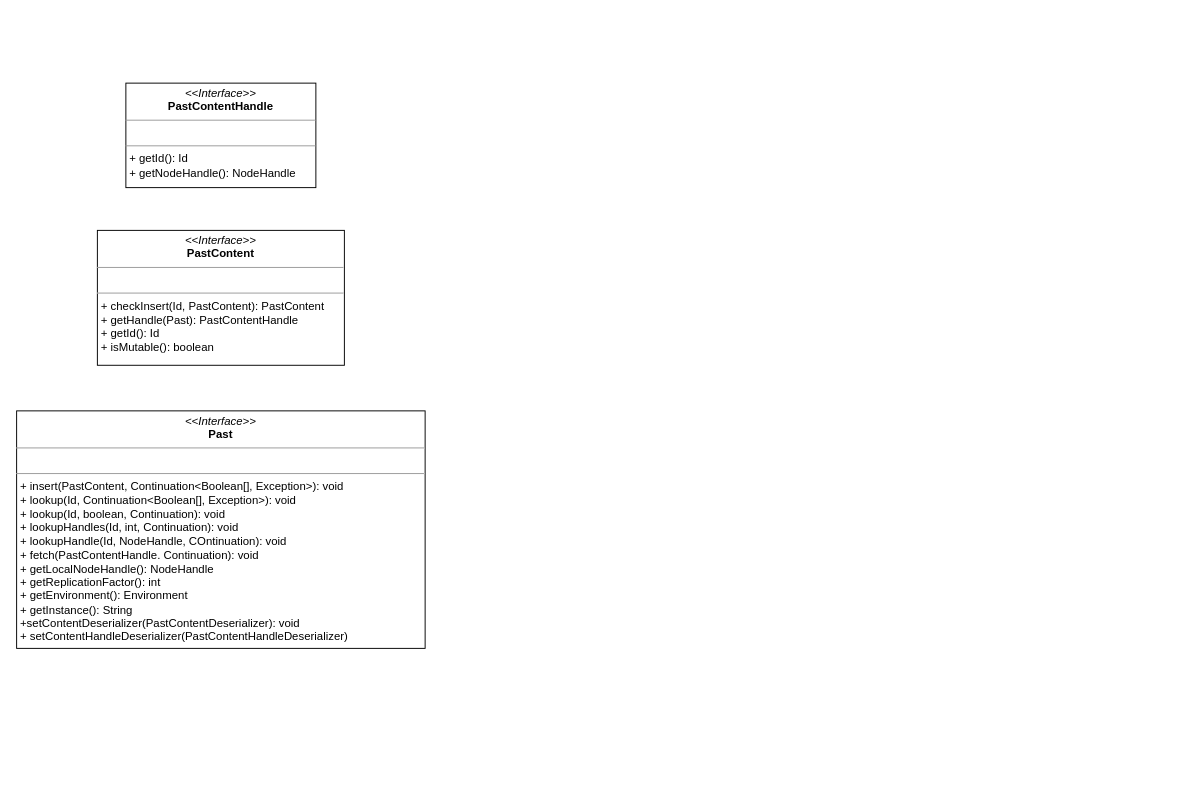
OneOverThree/PastryTest keeps this draw.io diagram as PastryPast.drawio. Above is the earlier version. Source tidied: cells renumbered, new cells numbered last; positions are measured from the earlier drawing's top-left corner, leaving out a move shared by most shapes. Both pictures are drawn from the tidied source at 95%, with x=0, y=0 at pixel (16, 83).
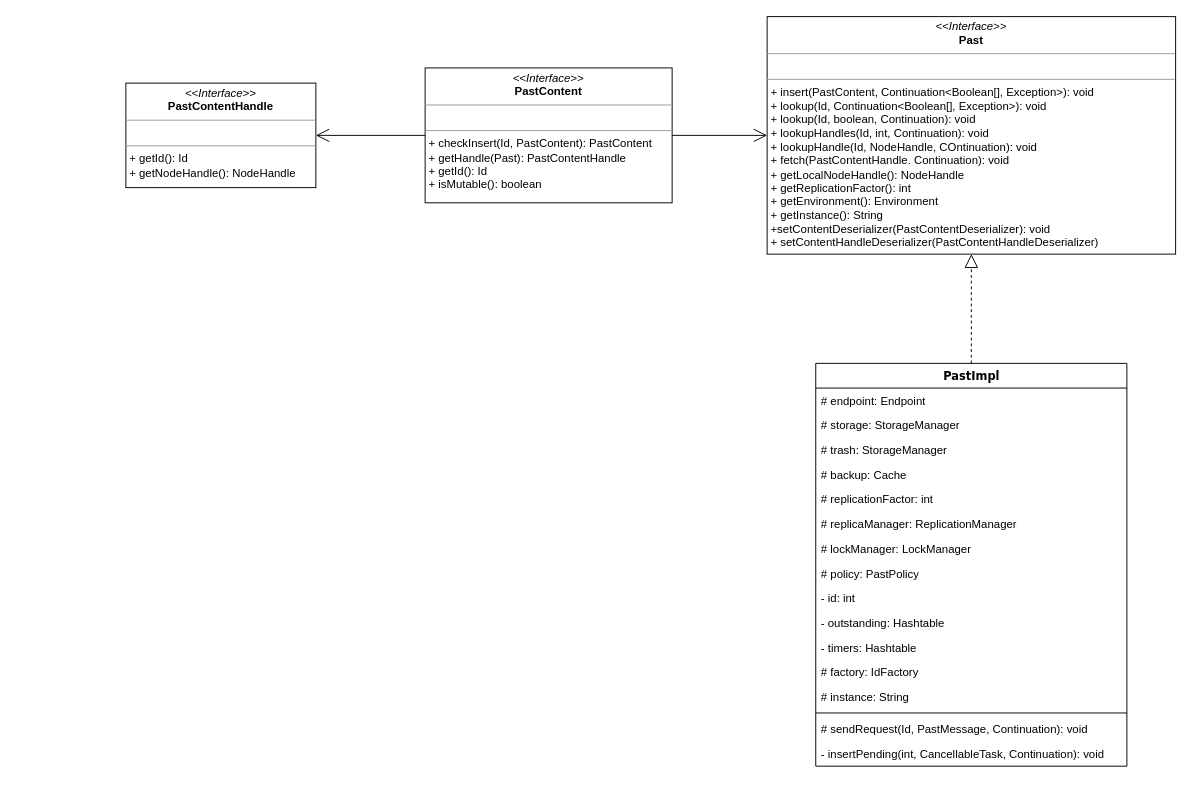
The same page after the edit.

The change refers to these unchanged cells:
```xml
<mxCell id="3" value="&lt;p style=&quot;margin:0px;margin-top:4px;text-align:center;&quot;&gt;&lt;i&gt;&amp;lt;&amp;lt;Interface&amp;gt;&amp;gt;&lt;/i&gt;&lt;br&gt;&lt;b&gt;PastContentHandle&lt;/b&gt;&lt;/p&gt;&lt;hr size=&quot;1&quot;&gt;&lt;p style=&quot;margin:0px;margin-left:4px;&quot;&gt;&lt;br&gt;&lt;/p&gt;&lt;hr size=&quot;1&quot;&gt;&lt;p style=&quot;margin:0px;margin-left:4px;&quot;&gt;&lt;span style=&quot;background-color: initial;&quot;&gt;+ getId(): Id&lt;/span&gt;&lt;br&gt;&lt;/p&gt;&lt;p style=&quot;margin:0px;margin-left:4px;&quot;&gt;+ getNodeHandle(): NodeHandle&lt;/p&gt;" style="verticalAlign=top;align=left;overflow=fill;fontSize=12;fontFamily=Helvetica;html=1;rounded=0;shadow=0;comic=0;labelBackgroundColor=none;strokeWidth=1;" parent="1" vertex="1">
  <mxGeometry x="115" width="200" height="110" as="geometry" />
</mxCell>
```

What changed in the source:
```diff
@@
     <mxCell id="2" value="&lt;p style=&quot;margin:0px;margin-top:4px;text-align:center;&quot;&gt;&lt;i&gt;&amp;lt;&amp;lt;Interface&amp;gt;&amp;gt;&lt;/i&gt;&lt;br&gt;&lt;b&gt;PastContent&lt;/b&gt;&lt;/p&gt;&lt;hr size=&quot;1&quot;&gt;&lt;p style=&quot;margin:0px;margin-left:4px;&quot;&gt;&lt;br&gt;&lt;/p&gt;&lt;hr size=&quot;1&quot;&gt;&lt;p style=&quot;margin:0px;margin-left:4px;&quot;&gt;+ checkInsert(Id, PastContent): PastContent&lt;/p&gt;&lt;p style=&quot;margin:0px;margin-left:4px;&quot;&gt;+ getHandle(Past): PastContentHandle&lt;br&gt;&lt;/p&gt;&lt;p style=&quot;margin:0px;margin-left:4px;&quot;&gt;+ getId(): Id&lt;/p&gt;&lt;p style=&quot;margin:0px;margin-left:4px;&quot;&gt;+ isMutable(): boolean&lt;/p&gt;" style="verticalAlign=top;align=left;overflow=fill;fontSize=12;fontFamily=Helvetica;html=1;rounded=0;shadow=0;comic=0;labelBackgroundColor=none;strokeWidth=1;" parent="1" vertex="1">
-      <mxGeometry x="85" y="155" width="260" height="142" as="geometry" />
+      <mxGeometry x="430" y="-16" width="260" height="142" as="geometry" />
     </mxCell>
@@
     <mxCell id="4" value="&lt;p style=&quot;margin:0px;margin-top:4px;text-align:center;&quot;&gt;&lt;i&gt;&amp;lt;&amp;lt;Interface&amp;gt;&amp;gt;&lt;/i&gt;&lt;br&gt;&lt;b&gt;Past&lt;/b&gt;&lt;/p&gt;&lt;hr size=&quot;1&quot;&gt;&lt;p style=&quot;margin:0px;margin-left:4px;&quot;&gt;&lt;br&gt;&lt;/p&gt;&lt;hr size=&quot;1&quot;&gt;&lt;p style=&quot;margin:0px;margin-left:4px;&quot;&gt;+ insert(PastContent, Continuation&amp;lt;Boolean[], Exception&amp;gt;): void&lt;/p&gt;&lt;p style=&quot;margin:0px;margin-left:4px;&quot;&gt;+ lookup(Id, Continuation&amp;lt;Boolean[], Exception&amp;gt;): void&lt;/p&gt;&lt;p style=&quot;margin:0px;margin-left:4px;&quot;&gt;+ lookup(Id, boolean, Continuation): void&lt;/p&gt;&lt;p style=&quot;margin:0px;margin-left:4px;&quot;&gt;+ lookupHandles(Id, int, Continuation): void&lt;/p&gt;&lt;p style=&quot;margin:0px;margin-left:4px;&quot;&gt;+ lookupHandle(Id, NodeHandle, COntinuation): void&lt;/p&gt;&lt;p style=&quot;margin:0px;margin-left:4px;&quot;&gt;+ fetch(PastContentHandle. Continuation): void&lt;/p&gt;&lt;p style=&quot;margin:0px;margin-left:4px;&quot;&gt;+ getLocalNodeHandle(): NodeHandle&lt;/p&gt;&lt;p style=&quot;margin:0px;margin-left:4px;&quot;&gt;+ getReplicationFactor(): int&lt;/p&gt;&lt;p style=&quot;margin:0px;margin-left:4px;&quot;&gt;+ getEnvironment(): Environment&lt;/p&gt;&lt;p style=&quot;margin:0px;margin-left:4px;&quot;&gt;+ getInstance(): String&lt;/p&gt;&lt;p style=&quot;margin:0px;margin-left:4px;&quot;&gt;+setContentDeserializer(PastContentDeserializer): void&lt;/p&gt;&lt;p style=&quot;margin:0px;margin-left:4px;&quot;&gt;+ setContentHandleDeserializer(PastContentHandleDeserializer)&lt;/p&gt;" style="verticalAlign=top;align=left;overflow=fill;fontSize=12;fontFamily=Helvetica;html=1;rounded=0;shadow=0;comic=0;labelBackgroundColor=none;strokeWidth=1;" parent="1" vertex="1">
-      <mxGeometry y="345" width="430" height="250" as="geometry" />
+      <mxGeometry x="790" y="-70" width="430" height="250" as="geometry" />
     </mxCell>
+    <mxCell id="5" style="endArrow=open;endFill=1;endSize=12;html=1;rounded=0;" parent="1" edge="1" source="2" target="4">
+      <mxGeometry relative="1" as="geometry" />
+    </mxCell>
+    <mxCell id="6" style="endArrow=open;endFill=1;endSize=12;html=1;rounded=0;" parent="1" edge="1" source="2" target="3">
+      <mxGeometry relative="1" as="geometry" />
+    </mxCell>
+    <mxCell id="7" value="PastImpl" style="swimlane;html=1;fontStyle=1;align=center;verticalAlign=top;horizontal=1;startSize=26;swimlaneFillColor=#ffffff;rounded=0;shadow=0;comic=0;labelBackgroundColor=none;strokeWidth=1;fillColor=none;fontFamily=Verdana;fontSize=12;" parent="1" vertex="1">
+      <mxGeometry x="841.2" y="295" width="327.5" height="424" as="geometry" />
+    </mxCell>
+    <mxCell id="8" value="# endpoint: Endpoint" style="text;html=1;strokeColor=none;fillColor=none;align=left;verticalAlign=top;spacingLeft=4;spacingRight=4;whiteSpace=wrap;overflow=hidden;" parent="7" vertex="1">
+      <mxGeometry y="26" width="327.5" height="26" as="geometry" />
+    </mxCell>
+    <mxCell id="9" value="# storage: StorageManager" style="text;html=1;strokeColor=none;fillColor=none;align=left;verticalAlign=top;spacingLeft=4;spacingRight=4;whiteSpace=wrap;overflow=hidden;" parent="7" vertex="1">
+      <mxGeometry y="52" width="327.5" height="26" as="geometry" />
+    </mxCell>
+    <mxCell id="10" value="# trash: StorageManager" style="text;html=1;strokeColor=none;fillColor=none;align=left;verticalAlign=top;spacingLeft=4;spacingRight=4;whiteSpace=wrap;overflow=hidden;" parent="7" vertex="1">
+      <mxGeometry y="78" width="327.5" height="26" as="geometry" />
+    </mxCell>
+    <mxCell id="11" value="# backup: Cache" style="text;html=1;strokeColor=none;fillColor=none;align=left;verticalAlign=top;spacingLeft=4;spacingRight=4;whiteSpace=wrap;overflow=hidden;" parent="7" vertex="1">
+      <mxGeometry y="104" width="327.5" height="26" as="geometry" />
+    </mxCell>
+    <mxCell id="12" value="# replicationFactor: int" style="text;html=1;strokeColor=none;fillColor=none;align=left;verticalAlign=top;spacingLeft=4;spacingRight=4;whiteSpace=wrap;overflow=hidden;" parent="7" vertex="1">
+      <mxGeometry y="130" width="327.5" height="26" as="geometry" />
+    </mxCell>
+    <mxCell id="13" value="# replicaManager: ReplicationManager" style="text;html=1;strokeColor=none;fillColor=none;align=left;verticalAlign=top;spacingLeft=4;spacingRight=4;whiteSpace=wrap;overflow=hidden;" parent="7" vertex="1">
+      <mxGeometry y="156" width="327.5" height="26" as="geometry" />
+    </mxCell>
+    <mxCell id="14" value="# lockManager: LockManager" style="text;html=1;strokeColor=none;fillColor=none;align=left;verticalAlign=top;spacingLeft=4;spacingRight=4;whiteSpace=wrap;overflow=hidden;" parent="7" vertex="1">
+      <mxGeometry y="182" width="327.5" height="26" as="geometry" />
+    </mxCell>
+    <mxCell id="15" value="# policy: PastPolicy" style="text;html=1;strokeColor=none;fillColor=none;align=left;verticalAlign=top;spacingLeft=4;spacingRight=4;whiteSpace=wrap;overflow=hidden;" parent="7" vertex="1">
+      <mxGeometry y="208" width="327.5" height="26" as="geometry" />
+    </mxCell>
+    <mxCell id="16" value="- id: int" style="text;html=1;strokeColor=none;fillColor=none;align=left;verticalAlign=top;spacingLeft=4;spacingRight=4;whiteSpace=wrap;overflow=hidden;" parent="7" vertex="1">
+      <mxGeometry y="234" width="327.5" height="26" as="geometry" />
+    </mxCell>
+    <mxCell id="17" value="- outstanding: Hashtable" style="text;html=1;strokeColor=none;fillColor=none;align=left;verticalAlign=top;spacingLeft=4;spacingRight=4;whiteSpace=wrap;overflow=hidden;" parent="7" vertex="1">
+      <mxGeometry y="260" width="327.5" height="26" as="geometry" />
+    </mxCell>
+    <mxCell id="18" value="- timers: Hashtable" style="text;html=1;strokeColor=none;fillColor=none;align=left;verticalAlign=top;spacingLeft=4;spacingRight=4;whiteSpace=wrap;overflow=hidden;" parent="7" vertex="1">
+      <mxGeometry y="286" width="327.5" height="26" as="geometry" />
+    </mxCell>
+    <mxCell id="19" value="# factory: IdFactory" style="text;html=1;strokeColor=none;fillColor=none;align=left;verticalAlign=top;spacingLeft=4;spacingRight=4;whiteSpace=wrap;overflow=hidden;" parent="7" vertex="1">
+      <mxGeometry y="312" width="327.5" height="26" as="geometry" />
+    </mxCell>
+    <mxCell id="20" value="# instance: String" style="text;html=1;strokeColor=none;fillColor=none;align=left;verticalAlign=top;spacingLeft=4;spacingRight=4;whiteSpace=wrap;overflow=hidden;" parent="7" vertex="1">
+      <mxGeometry y="338" width="327.5" height="26" as="geometry" />
+    </mxCell>
+    <mxCell id="21" style="line;html=1;strokeWidth=1;fillColor=none;align=left;verticalAlign=middle;spacingTop=-1;spacingLeft=3;spacingRight=3;labelPosition=right;" parent="7" vertex="1">
+      <mxGeometry y="364" width="327.5" height="8" as="geometry" />
+    </mxCell>
+    <mxCell id="22" value="# sendRequest(Id, PastMessage, Continuation): void" style="text;html=1;strokeColor=none;fillColor=none;align=left;verticalAlign=top;spacingLeft=4;spacingRight=4;whiteSpace=wrap;overflow=hidden;" parent="7" vertex="1">
+      <mxGeometry y="372" width="327.5" height="26" as="geometry" />
+    </mxCell>
+    <mxCell id="23" value="&lt;span style=&quot;&quot;&gt;- insertPending(int, CancellableTask, Continuation): void&lt;/span&gt;" style="text;html=1;strokeColor=none;fillColor=none;align=left;verticalAlign=top;spacingLeft=4;spacingRight=4;whiteSpace=wrap;overflow=hidden;" parent="7" vertex="1">
+      <mxGeometry y="398" width="327.5" height="26" as="geometry" />
+    </mxCell>
+    <mxCell id="24" style="endArrow=block;dashed=1;endFill=0;endSize=12;html=1;rounded=0;" parent="1" edge="1" source="7" target="4">
+      <mxGeometry relative="1" as="geometry" />
+    </mxCell>
```
